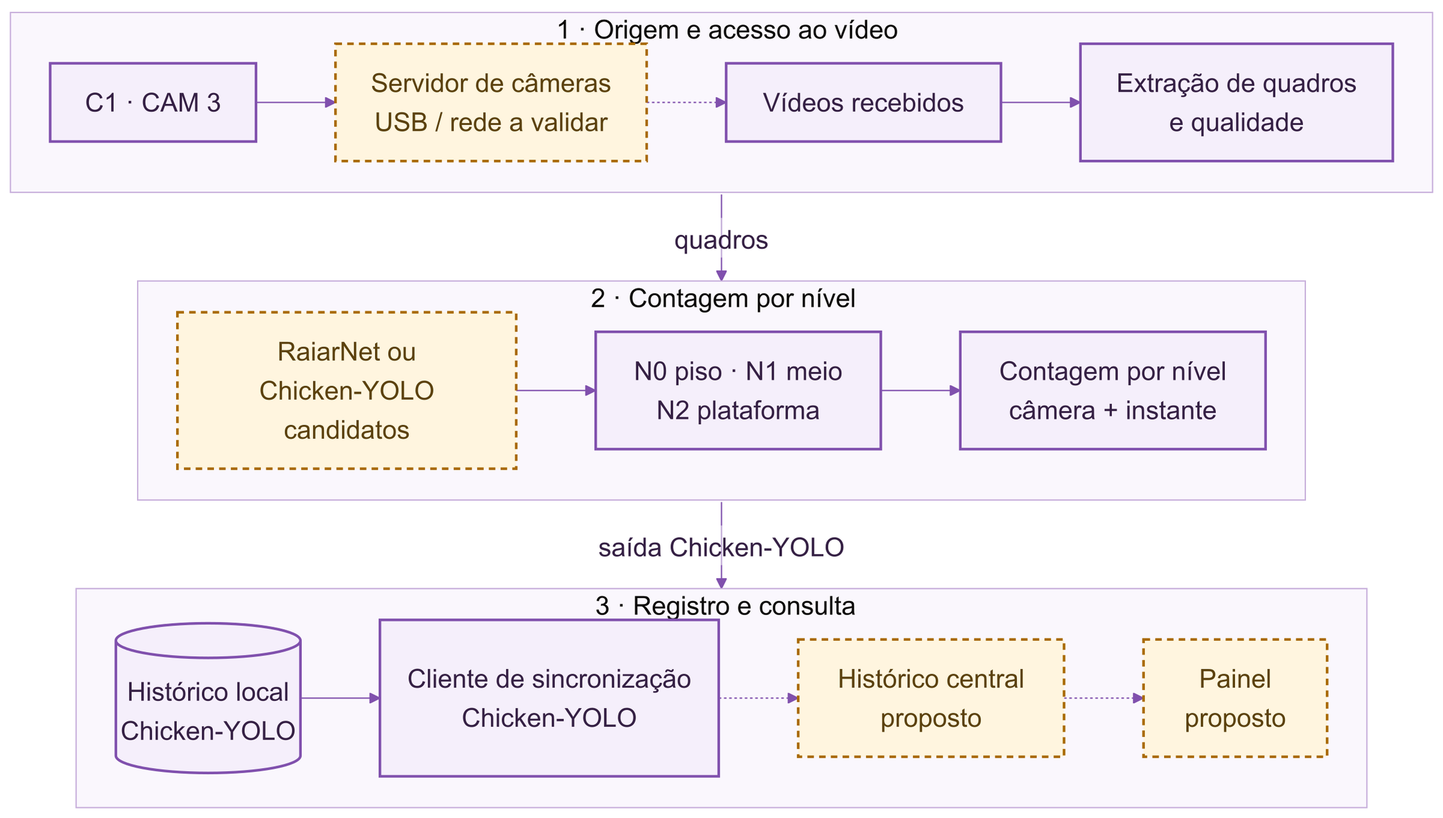
Earlier version of the Mermaid export docs/static/img/visao-computacional/arquitetura-apresentacao.png (AgroTech-Inteli-ATI/2026_02_Raiar). Its source is kept beside it as docs/static/img/visao-computacional/arquitetura-apresentacao.mmd.
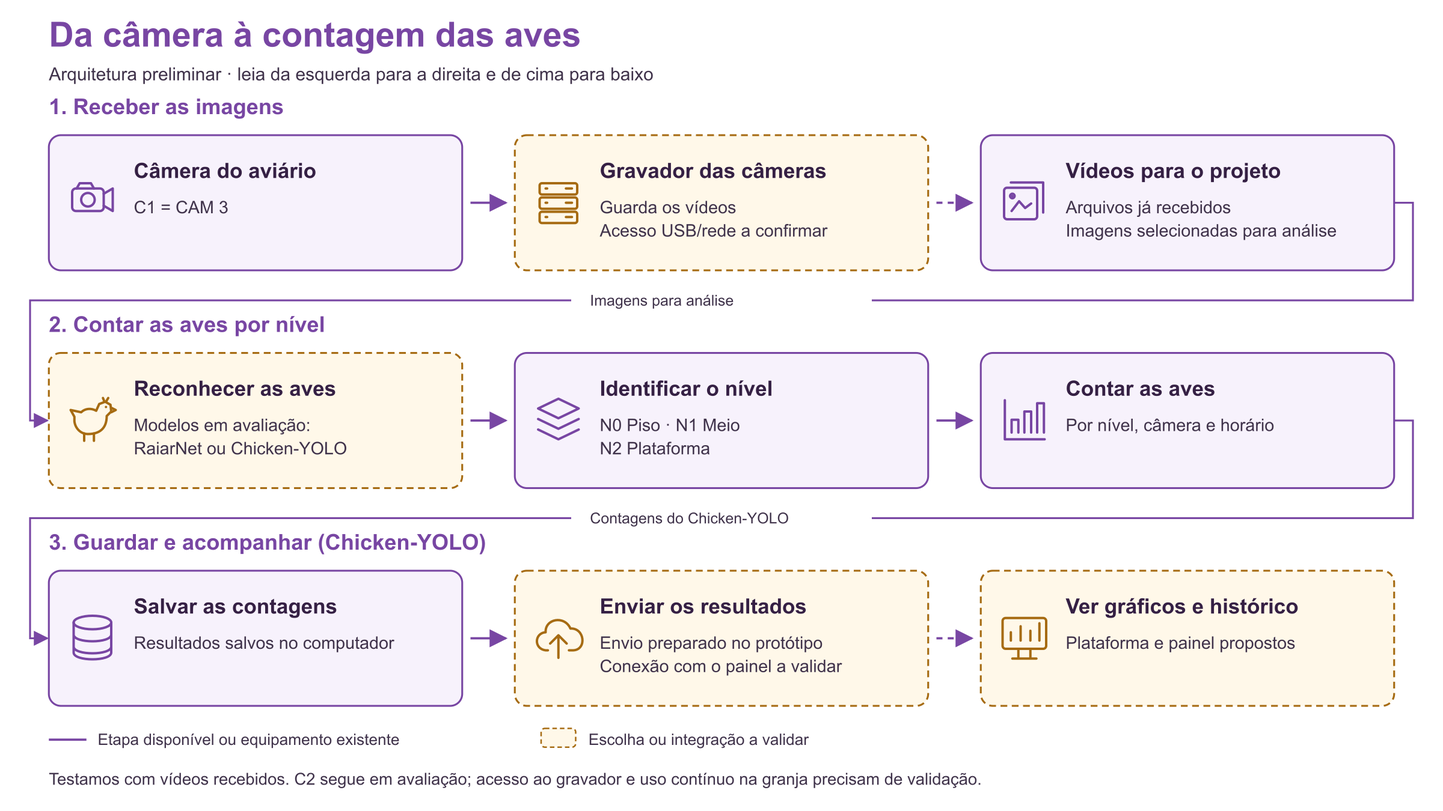
After the commit.

Commit message:
docs: simplificar arquitetura com blocos e ícones

The edit, as a diff of the source:
```diff
@@ -1,25 +1,32 @@
 %%{init: {"theme": "base", "themeVariables": {"fontFamily": "Arial, sans-serif", "fontSize": "20px", "primaryColor": "#f5effb", "primaryTextColor": "#352044", "primaryBorderColor": "#8050ad", "lineColor": "#8050ad", "clusterBkg": "#faf7fd", "clusterBorder": "#c7aedb", "edgeLabelBackground": "#ffffff"}, "flowchart": {"htmlLabels": false, "curve": "linear", "nodeSpacing": 28, "rankSpacing": 36}}}%%
 flowchart TB
-  subgraph ACESSO["1 · Origem e acesso ao vídeo"]
+  subgraph ACESSO["1. Receber as imagens"]
     direction LR
-    CAM["C1 · CAM 3"] --> SERV["Servidor de câmeras\nUSB / rede a validar"]
-    SERV -.-> ARQ["Vídeos recebidos"]
-    ARQ --> QUADRO["Extração de quadros\ne qualidade"]
+    CAM["📷 Câmera do aviário\nC1 = CAM 3"]
+    SERV["🗄️ Gravador das câmeras\nGuarda os vídeos\nAcesso USB/rede a confirmar"]
+    IMAGENS["🎞️ Vídeos para o projeto\nArquivos já recebidos\nImagens selecionadas para análise"]
+    CAM --> SERV
+    SERV -.-> IMAGENS
   end
-  subgraph MEDICAO["2 · Contagem por nível"]
+  subgraph CONTAGEM["2. Contar as aves por nível"]
     direction LR
-    MODELO["RaiarNet ou Chicken-YOLO\ncandidatos"] --> ROI["N0 piso · N1 meio\nN2 plataforma"]
-    ROI --> RESULT["Contagem por nível\ncâmera + instante"]
+    MODELO["🐔 Reconhecer as aves\nModelos em avaliação:\nRaiarNet ou Chicken-YOLO"]
+    NIVEIS["🪜 Identificar o nível\nN0 Piso · N1 Meio\nN2 Plataforma"]
+    TOTAL["📊 Contar as aves\nPor nível, câmera e horário"]
+    MODELO --> NIVEIS
+    NIVEIS --> TOTAL
   end
-  subgraph REGISTRO["3 · Registro e consulta"]
+  subgraph REGISTRO["3. Guardar e acompanhar (Chicken-YOLO)"]
     direction LR
-    LOCAL[("Histórico local\nChicken-YOLO")] --> ENVIO["Cliente de sincronização\nChicken-YOLO"]
-    ENVIO -.-> CENTRAL["Histórico central\nproposto"]
-    CENTRAL -.-> PAINEL["Painel\nproposto"]
+    LOCAL["💾 Salvar as contagens\nResultados salvos no computador"]
+    ENVIO["📤 Enviar os resultados\nEnvio preparado no protótipo\nConexão com o painel a validar"]
+    PAINEL["🖥️ Ver gráficos e histórico\nPlataforma e painel propostos"]
+    LOCAL --> ENVIO
+    ENVIO -.-> PAINEL
   end
-  ACESSO -->|quadros| MEDICAO
-  MEDICAO -->|saída Chicken-YOLO| REGISTRO
+  ACESSO -->|imagens para análise| CONTAGEM
+  CONTAGEM -->|contagens do Chicken-YOLO| REGISTRO
   classDef existing fill:#f5effb,stroke:#8050ad,color:#352044,stroke-width:2px;
   classDef pending fill:#fff5df,stroke:#a96a00,color:#5b410d,stroke-width:2px,stroke-dasharray:5 4;
-  class CAM,ARQ,QUADRO,ROI,RESULT,LOCAL,ENVIO existing;
-  class SERV,MODELO,CENTRAL,PAINEL pending;
+  class CAM,IMAGENS,NIVEIS,TOTAL,LOCAL existing;
+  class SERV,MODELO,ENVIO,PAINEL pending;
```
